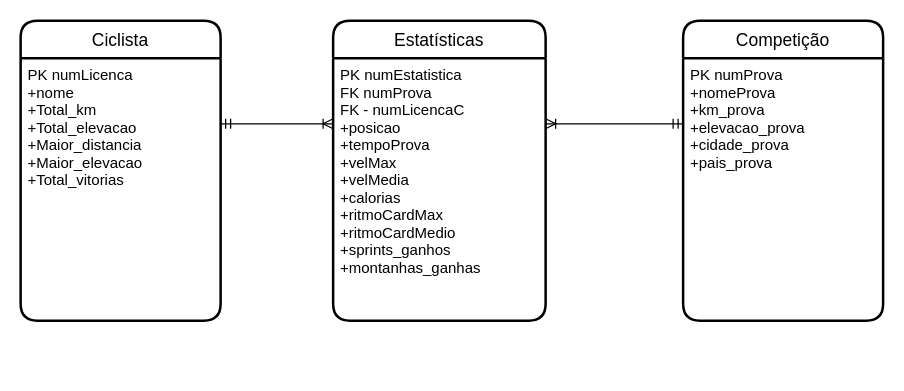
AlexandrePSantos/BD-Gestao_Equipa_de_Ciclistas keeps this draw.io diagram as er.drawio. Above is the earlier version. Source tidied: cells renumbered, new cells numbered last; positions are measured from the earlier drawing's top-left corner, leaving out a move shared by most shapes. Both pictures are drawn from the tidied source at 125%, with x=0, y=0 at pixel (20, 20).
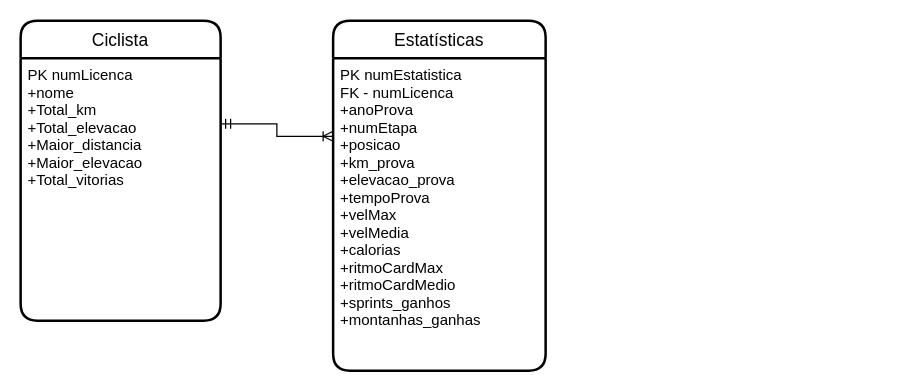
The same page after the edit.

The edit, as a diff of the source:
```diff
@@
 <mxGraphModel>
   <root>
     <mxCell id="0" />
     <mxCell id="1" parent="0" />
     <mxCell id="2" value="Estatísticas" style="swimlane;horizontal=1;startSize=30;rounded=1;fontSize=14;fontStyle=0;strokeWidth=2;shadow=0;dashed=0;align=center;" parent="1" vertex="1">
-      <mxGeometry x="250" width="170" height="240" as="geometry" />
+      <mxGeometry x="250" width="170" height="280" as="geometry" />
     </mxCell>
-    <mxCell id="3" value="PK numEstatistica&#10;FK numProva&#10;FK - numLicencaC&#10;+posicao&#10;+tempoProva&#10;+velMax&#10;+velMedia&#10;+calorias&#10;+ritmoCardMax&#10;+ritmoCardMedio&#10;+sprints_ganhos&#10;+montanhas_ganhas&#10;&#10;" style="align=left;strokeColor=none;fillColor=none;spacingLeft=4;fontSize=12;verticalAlign=top;" parent="2" vertex="1">
-      <mxGeometry y="30" width="170" height="210" as="geometry" />
+    <mxCell id="3" value="PK numEstatistica&#10;FK - numLicenca&#10;+anoProva&#10;+numEtapa&#10;+posicao&#10;+km_prova&#10;+elevacao_prova&#10;+tempoProva&#10;+velMax&#10;+velMedia&#10;+calorias&#10;+ritmoCardMax&#10;+ritmoCardMedio&#10;+sprints_ganhos&#10;+montanhas_ganhas&#10;&#10;" style="align=left;strokeColor=none;fillColor=none;spacingLeft=4;fontSize=12;verticalAlign=top;" parent="2" vertex="1">
+      <mxGeometry y="30" width="170" height="250" as="geometry" />
     </mxCell>
-    <mxCell id="4" style="edgeStyle=orthogonalEdgeStyle;rounded=0;jettySize=auto;html=1;startArrow=ERoneToMany;startFill=0;endArrow=ERmandOne;endFill=0;exitX=1;exitY=0.25;exitDx=0;exitDy=0;entryX=0;entryY=0.25;entryDx=0;entryDy=0;" parent="1" edge="1" source="3" target="9">
-      <mxGeometry relative="1" as="geometry" />
-    </mxCell>
     <mxCell id="5" style="edgeStyle=orthogonalEdgeStyle;rounded=0;jettySize=auto;html=1;exitX=1;exitY=0.25;exitDx=0;exitDy=0;startArrow=ERmandOne;startFill=0;endArrow=ERoneToMany;endFill=0;entryX=0;entryY=0.25;entryDx=0;entryDy=0;" parent="1" edge="1" source="7" target="3">
       <mxGeometry relative="1" as="geometry" />
     </mxCell>
     <mxCell id="6" value="Ciclista" style="swimlane;horizontal=1;startSize=30;rounded=1;fontSize=14;fontStyle=0;strokeWidth=2;shadow=0;dashed=0;align=center;" parent="1" vertex="1">
       <mxGeometry width="160" height="240" as="geometry" />
     </mxCell>
     <mxCell id="7" value="PK numLicenca&#10;+nome&#10;+Total_km&#10;+Total_elevacao&#10;+Maior_distancia&#10;+Maior_elevacao&#10;+Total_vitorias" style="align=left;strokeColor=none;fillColor=none;spacingLeft=4;fontSize=12;verticalAlign=top;" parent="6" vertex="1">
       <mxGeometry y="30" width="160" height="210" as="geometry" />
     </mxCell>
-    <mxCell id="8" value="Competição" style="swimlane;horizontal=1;startSize=30;rounded=1;fontSize=14;fontStyle=0;strokeWidth=2;shadow=0;dashed=0;align=center;" parent="1" vertex="1">
-      <mxGeometry x="530" width="160" height="240" as="geometry" />
-    </mxCell>
-    <mxCell id="9" value="PK numProva&#10;+nomeProva&#10;+km_prova&#10;+elevacao_prova&#10;+cidade_prova&#10;+pais_prova&#10;" style="align=left;strokeColor=none;fillColor=none;spacingLeft=4;fontSize=12;verticalAlign=top;" parent="8" vertex="1">
-      <mxGeometry y="30" width="160" height="210" as="geometry" />
-    </mxCell>
   </root>
 </mxGraphModel>
```
